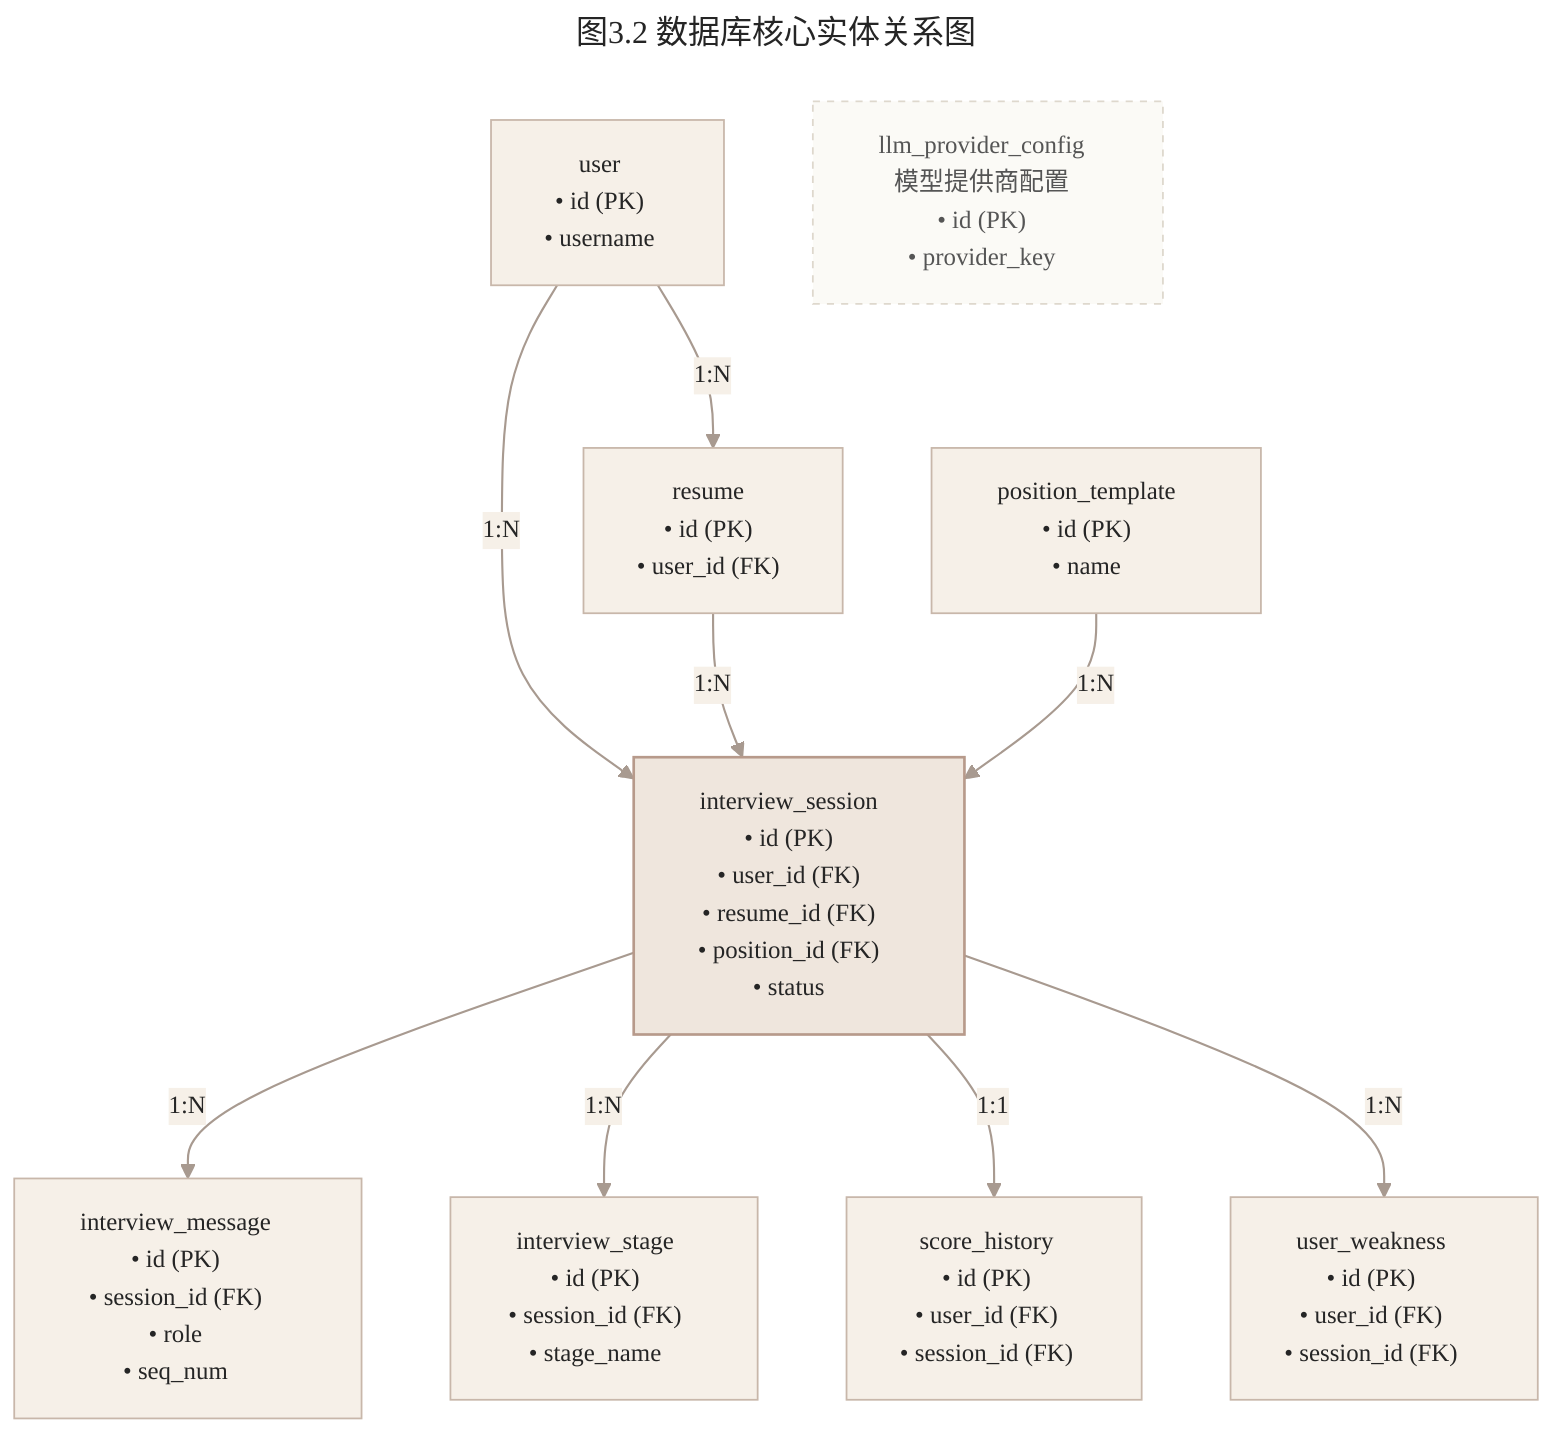
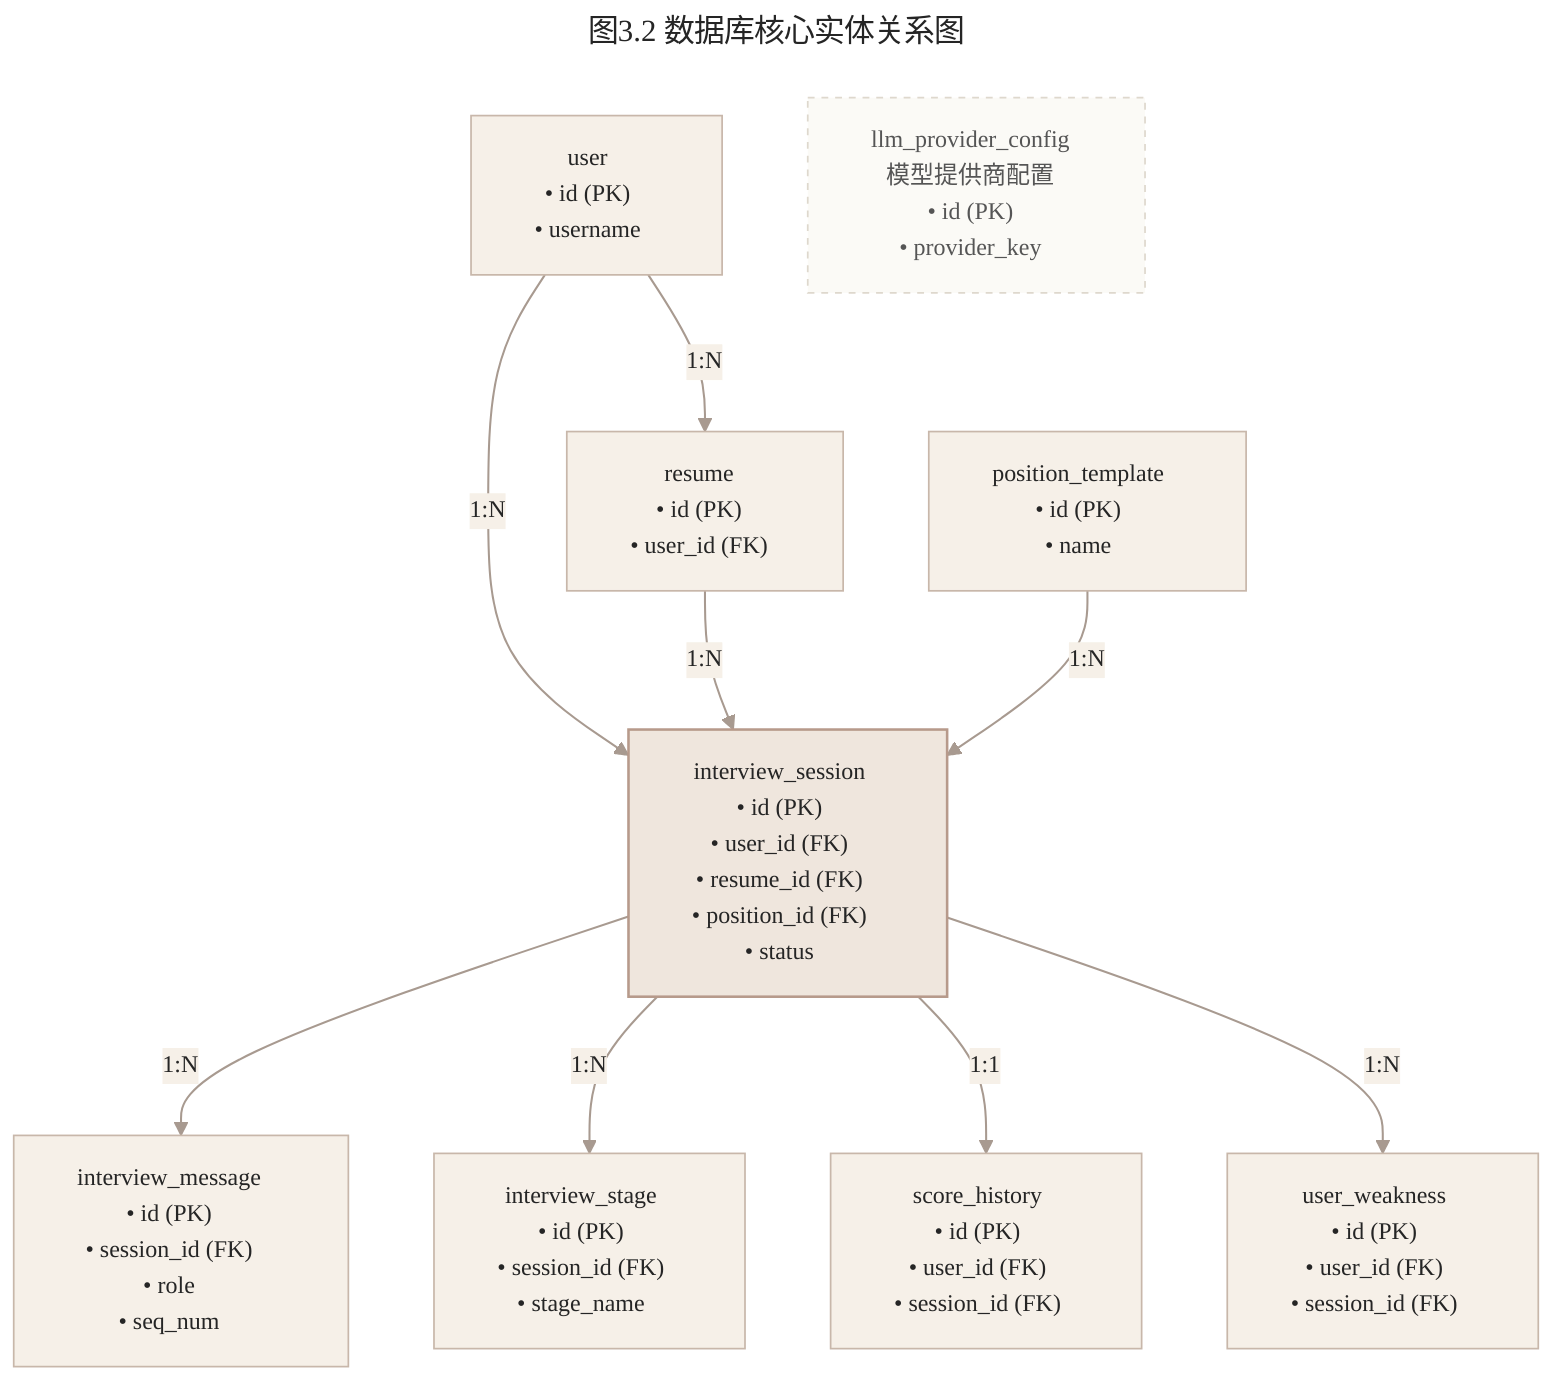
---
title: 图3.2 数据库核心实体关系图
---
%%{init: {
  "theme": "base",
  "themeVariables": {
    "background": "#FAF8F2",
    "primaryColor": "#EFE6DD",
    "primaryBorderColor": "#B79A8B",
    "primaryTextColor": "#252525",
    "lineColor": "#A89A90",
    "secondaryColor": "#F6F0E8",
    "tertiaryColor": "#FBFAF6",
    "fontFamily": "system-ui, -apple-system, \"Microsoft YaHei\", sans-serif",
    "fontSize": "14px",
    "nodePadding": "15px"
  },
  "flowchart": {
    "nodeSpacing": 50,
    "rankSpacing": 60
  }
}}%%
flowchart TB
-   user[" &nbsp; user &nbsp; <br/>• id (PK)<br/>• username "]
-   resume[" &nbsp; resume &nbsp; <br/>• id (PK)<br/>• user_id (FK) "]
-   position_template[" &nbsp; position_template &nbsp; <br/>• id (PK)<br/>• name "]
+   user[" &nbsp; user &nbsp; <br/> &nbsp; • id (PK) &nbsp; <br/> &nbsp; • username &nbsp; "]
+   resume[" &nbsp; resume &nbsp; <br/> &nbsp; • id (PK) &nbsp; <br/> &nbsp; • user_id (FK) &nbsp; "]
+   position_template[" &nbsp; position_template &nbsp; <br/> &nbsp; • id (PK) &nbsp; <br/> &nbsp; • name &nbsp; "]

-   interview_session[" &nbsp; interview_session &nbsp; <br/>• id (PK)<br/>• user_id (FK)<br/>• resume_id (FK)<br/>• position_id (FK)<br/>• status "]
+   interview_session[" &nbsp; interview_session &nbsp; <br/> &nbsp; • id (PK) &nbsp; <br/> &nbsp; • user_id (FK) &nbsp; <br/> &nbsp; • resume_id (FK) &nbsp; <br/> &nbsp; • position_id (FK) &nbsp; <br/> &nbsp; • status &nbsp; "]

-   interview_message[" &nbsp; interview_message &nbsp; <br/>• id (PK)<br/>• session_id (FK)<br/>• role<br/>• seq_num "]
-   interview_stage[" &nbsp; interview_stage &nbsp; <br/>• id (PK)<br/>• session_id (FK)<br/>• stage_name "]
-   score_history[" &nbsp; score_history &nbsp; <br/>• id (PK)<br/>• user_id (FK)<br/>• session_id (FK) "]
-   user_weakness[" &nbsp; user_weakness &nbsp; <br/>• id (PK)<br/>• user_id (FK)<br/>• session_id (FK) "]
+   interview_message[" &nbsp; interview_message &nbsp; <br/> &nbsp; • id (PK) &nbsp; <br/> &nbsp; • session_id (FK) &nbsp; <br/> &nbsp; • role &nbsp; <br/> &nbsp; • seq_num &nbsp; "]
+   interview_stage[" &nbsp; interview_stage &nbsp; <br/> &nbsp; • id (PK) &nbsp; <br/> &nbsp; • session_id (FK) &nbsp; <br/> &nbsp; • stage_name &nbsp; "]
+   score_history[" &nbsp; score_history &nbsp; <br/> &nbsp; • id (PK) &nbsp; <br/> &nbsp; • user_id (FK) &nbsp; <br/> &nbsp; • session_id (FK) &nbsp; "]
+   user_weakness[" &nbsp; user_weakness &nbsp; <br/> &nbsp; • id (PK) &nbsp; <br/> &nbsp; • user_id (FK) &nbsp; <br/> &nbsp; • session_id (FK) &nbsp; "]

-   llm_provider_config[" &nbsp; llm_provider_config &nbsp; <br/>模型提供商配置<br/>• id (PK)<br/>• provider_key "]
+   llm_provider_config[" &nbsp; llm_provider_config &nbsp; <br/> &nbsp; 模型提供商配置 &nbsp; <br/> &nbsp; • id (PK) &nbsp; <br/> &nbsp; • provider_key &nbsp; "]

  user -->|1:N| resume
  user -->|1:N| interview_session
  resume -->|1:N| interview_session
  position_template -->|1:N| interview_session

  interview_session -->|1:N| interview_message
  interview_session -->|1:N| interview_stage
  interview_session -->|1:1| score_history
  interview_session -->|1:N| user_weakness

  classDef entity fill:#F6F0E8,stroke:#C8B7AA,color:#252525
  classDef centerEntity fill:#EFE6DD,stroke:#B79A8B,stroke-width:1.5px,color:#252525
  classDef configEntity fill:#FBFAF6,stroke:#DED8CD,stroke-dasharray: 4 4,color:#555555

  class interview_session centerEntity
  class llm_provider_config configEntity
  class user,resume,position_template,interview_message,interview_stage,score_history,user_weakness entity
  linkStyle default stroke:#A89A90,stroke-width:1.2px
